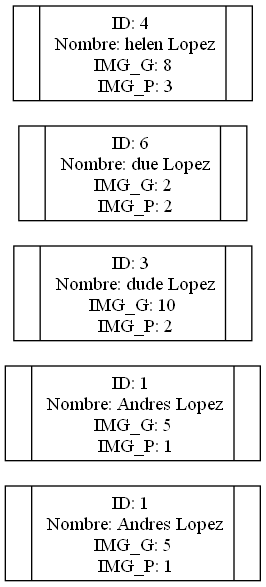
Above: TopImgPequena.png in helenrodas/fase1ProyectoEdd (Graphviz), before the change. Its source is kept beside it as TopImgPequena.dot. The source it was exported from:
```dot
 digraph G {
   node [shape=record];
   rankdir=TB
 "nodo    0"[label="{ |{ID:            1 \n Nombre: Andres Lopez\n IMG_G:            5 \n IMG_P:            1 }| }", fillcolor=white, style=filled];
 "nodo    1"[label="{ |{ID:            1 \n Nombre: Andres Lopez\n IMG_G:            5 \n IMG_P:            1 }| }", fillcolor=white, style=filled];
 "nodo    2"[label="{ |{ID:            3 \n Nombre: dude Lopez\n IMG_G:           10 \n IMG_P:            2 }| }", fillcolor=white, style=filled];
 "nodo    3"[label="{ |{ID:            6 \n Nombre: due Lopez\n IMG_G:            2 \n IMG_P:            2 }| }", fillcolor=white, style=filled];
 "nodo    4"[label="{ |{ID:            4 \n Nombre: helen Lopez\n IMG_G:            8 \n IMG_P:            3 }| }", fillcolor=white, style=filled];

 rankdir = LR
 }
```
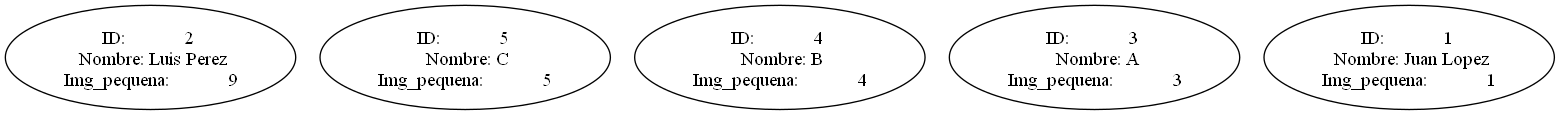
Above is the later version.

Change to the diagram source:
```diff
@@ -1,11 +1,10 @@
  digraph G {
-   node [shape=record];
+   node [shape=ellipse];
    rankdir=TB
- "nodo    0"[label="{ |{ID:            1 \n Nombre: Andres Lopez\n IMG_G:            5 \n IMG_P:            1 }| }", fillcolor=white, style=filled];
- "nodo    1"[label="{ |{ID:            1 \n Nombre: Andres Lopez\n IMG_G:            5 \n IMG_P:            1 }| }", fillcolor=white, style=filled];
- "nodo    2"[label="{ |{ID:            3 \n Nombre: dude Lopez\n IMG_G:           10 \n IMG_P:            2 }| }", fillcolor=white, style=filled];
- "nodo    3"[label="{ |{ID:            6 \n Nombre: due Lopez\n IMG_G:            2 \n IMG_P:            2 }| }", fillcolor=white, style=filled];
- "nodo    4"[label="{ |{ID:            4 \n Nombre: helen Lopez\n IMG_G:            8 \n IMG_P:            3 }| }", fillcolor=white, style=filled];
+ "nodo    0"[label="ID:            2 \n Nombre: Luis Perez\n Img_pequena:            9 ", fillcolor=white];
+ "nodo    1"[label="ID:            5 \n Nombre: C\n Img_pequena:            5 ", fillcolor=white];
+ "nodo    2"[label="ID:            4 \n Nombre: B\n Img_pequena:            4 ", fillcolor=white];
+ "nodo    3"[label="ID:            3 \n Nombre: A\n Img_pequena:            3 ", fillcolor=white];
+ "nodo    4"[label="ID:            1 \n Nombre: Juan Lopez\n Img_pequena:            1 ", fillcolor=white];
 
- rankdir = LR
  }
```
